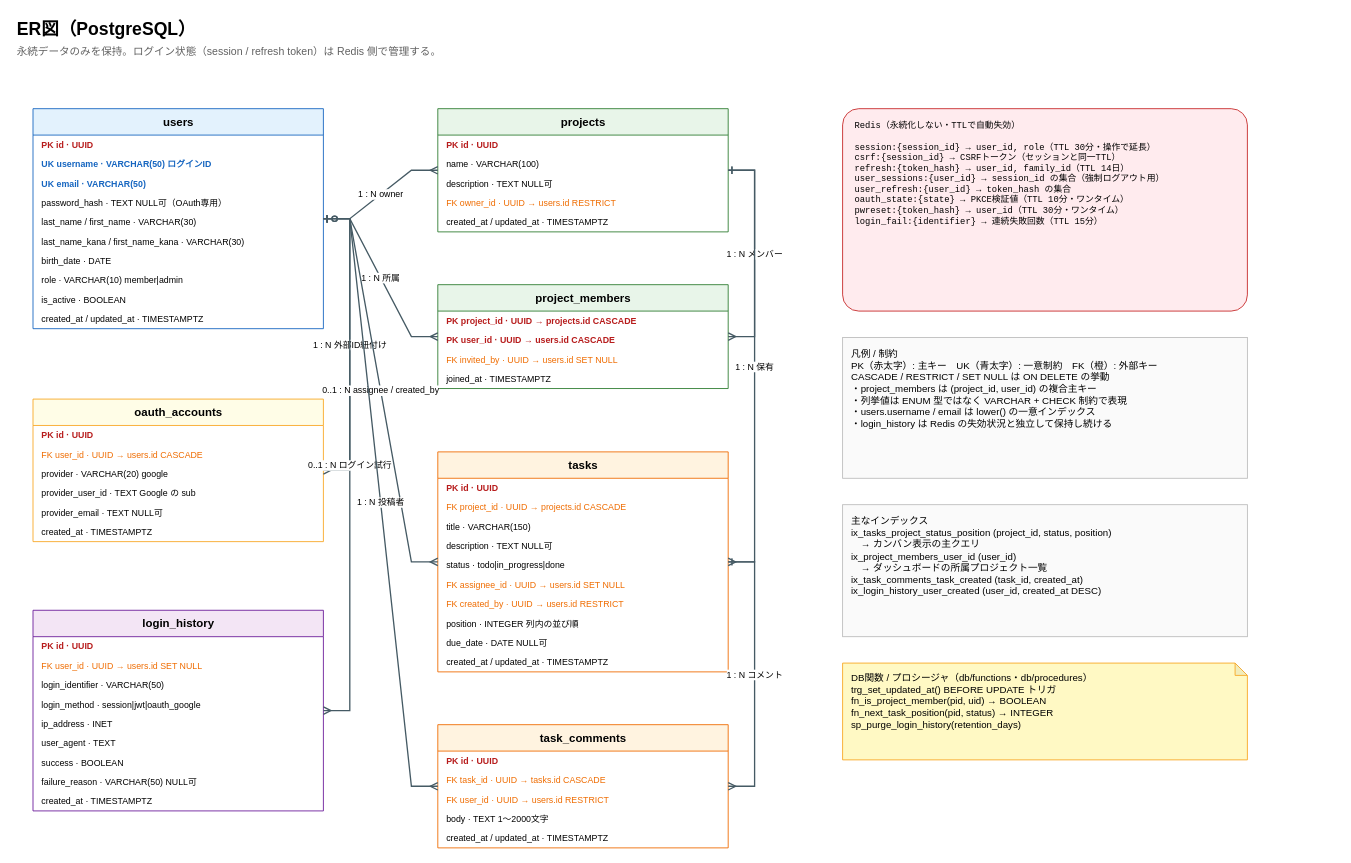
Above: basic_design/diagrams/03_er_diagram.drawio in oikawa-d/task_management (draw.io), before the change. Source tidied: cells renumbered, new cells numbered last; positions are measured from the earlier drawing's top-left corner, leaving out a move shared by most shapes. Both pictures are drawn from the tidied source at 88%, with x=0, y=0 at pixel (15, 15).
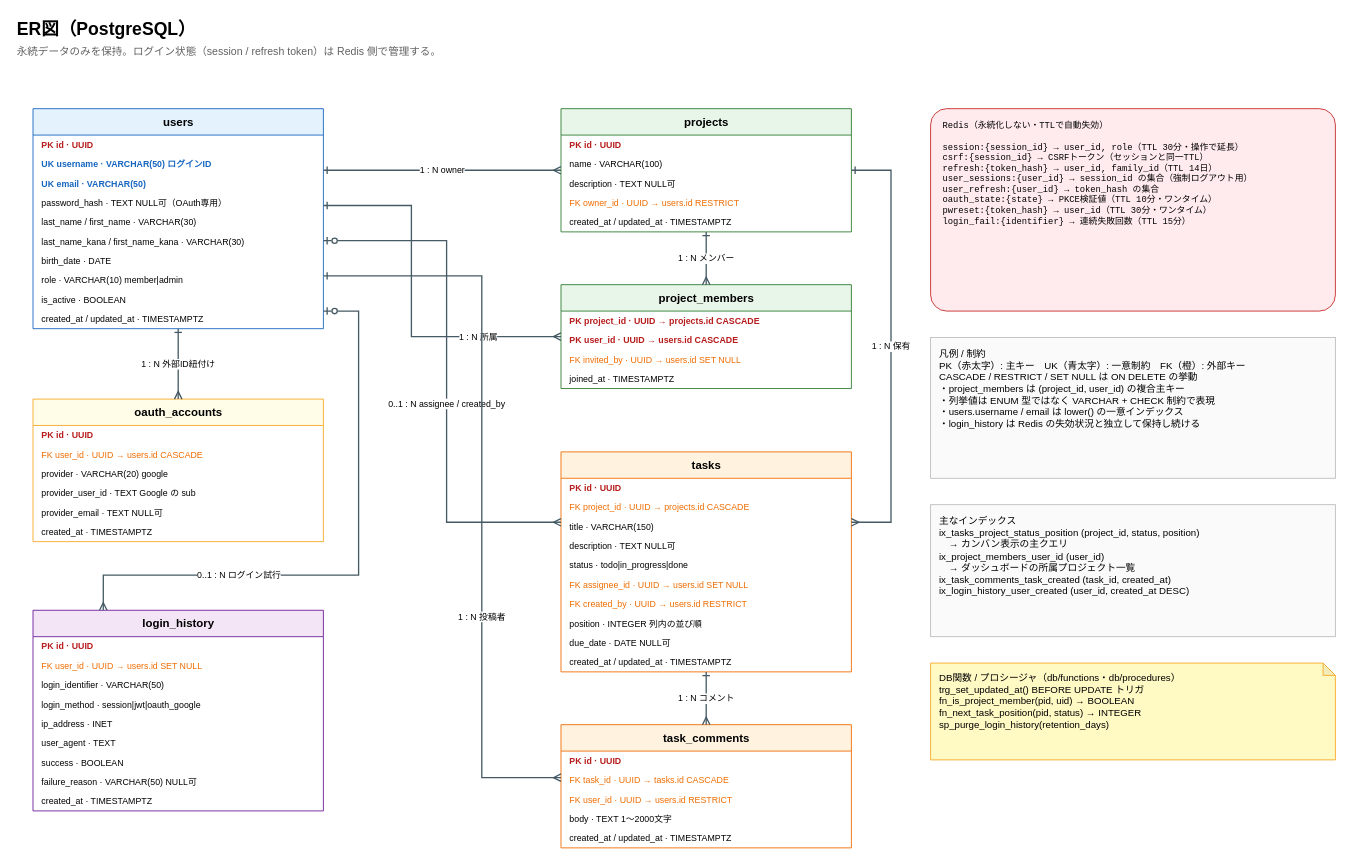
The same diagram, later.

Unchanged cells that the change refers to:
```xml
<mxCell id="4" value="users" style="swimlane;html=1;startSize=30;horizontal=1;fillColor=#E3F2FD;strokeColor=#1565C0;fontStyle=1;fontSize=13;swimlaneFillColor=#FFFFFF;" parent="1" vertex="1">
  <mxGeometry x="20" y="106" width="330" height="250" as="geometry" />
</mxCell>
<mxCell id="15" value="oauth_accounts" style="swimlane;html=1;startSize=30;horizontal=1;fillColor=#FFFDE7;strokeColor=#F9A825;fontStyle=1;fontSize=13;swimlaneFillColor=#FFFFFF;" parent="1" vertex="1">
  <mxGeometry x="20" y="436" width="330" height="162" as="geometry" />
</mxCell>
<mxCell id="22" value="login_history" style="swimlane;html=1;startSize=30;horizontal=1;fillColor=#F3E5F5;strokeColor=#6A1B9A;fontStyle=1;fontSize=13;swimlaneFillColor=#FFFFFF;" parent="1" vertex="1">
  <mxGeometry x="20" y="676" width="330" height="228" as="geometry" />
</mxCell>
```

Change to the diagram source:
```diff
@@
     <mxCell id="32" value="projects" style="swimlane;html=1;startSize=30;horizontal=1;fillColor=#E8F5E9;strokeColor=#2E7D32;fontStyle=1;fontSize=13;swimlaneFillColor=#FFFFFF;" parent="1" vertex="1">
-      <mxGeometry x="480" y="106" width="330" height="140" as="geometry" />
+      <mxGeometry x="620" y="106" width="330" height="140" as="geometry" />
     </mxCell>
@@
     <mxCell id="38" value="project_members" style="swimlane;html=1;startSize=30;horizontal=1;fillColor=#E8F5E9;strokeColor=#2E7D32;fontStyle=1;fontSize=13;swimlaneFillColor=#FFFFFF;" parent="1" vertex="1">
-      <mxGeometry x="480" y="306" width="330" height="118" as="geometry" />
+      <mxGeometry x="620" y="306" width="330" height="118" as="geometry" />
     </mxCell>
@@
     <mxCell id="43" value="tasks" style="swimlane;html=1;startSize=30;horizontal=1;fillColor=#FFF3E0;strokeColor=#EF6C00;fontStyle=1;fontSize=13;swimlaneFillColor=#FFFFFF;" parent="1" vertex="1">
-      <mxGeometry x="480" y="496" width="330" height="250" as="geometry" />
+      <mxGeometry x="620" y="496" width="330" height="250" as="geometry" />
     </mxCell>
@@
     <mxCell id="54" value="task_comments" style="swimlane;html=1;startSize=30;horizontal=1;fillColor=#FFF3E0;strokeColor=#EF6C00;fontStyle=1;fontSize=13;swimlaneFillColor=#FFFFFF;" parent="1" vertex="1">
-      <mxGeometry x="480" y="806" width="330" height="140" as="geometry" />
+      <mxGeometry x="620" y="806" width="330" height="140" as="geometry" />
     </mxCell>
@@
-    <mxCell id="60" value="1 : N  外部ID紐付け" style="edgeStyle=entityRelationEdgeStyle;html=1;rounded=0;strokeColor=#455A64;strokeWidth=1.5;fontSize=10;labelBackgroundColor=#FFFFFF;startArrow=ERone;startFill=0;endArrow=ERmany;endFill=0;" parent="1" edge="1" source="4" target="15">
-      <mxGeometry relative="1" as="geometry" />
+    <mxCell id="60" value="1 : N  外部ID紐付け" style="edgeStyle=orthogonalEdgeStyle;rounded=0;html=1;strokeColor=#455A64;strokeWidth=1.5;fontSize=10;labelBackgroundColor=#FFFFFF;startArrow=ERone;startFill=0;endArrow=ERmany;endFill=0;exitX=0.5;exitY=1;exitDx=0;exitDy=0;entryX=0.5;entryY=0;entryDx=0;entryDy=0;" parent="1" edge="1" source="4" target="15">
+      <mxGeometry relative="1" as="geometry">
+        <Array as="points">
+          <mxPoint x="185" y="396" />
+        </Array>
+      </mxGeometry>
     </mxCell>
-    <mxCell id="61" value="0..1 : N  ログイン試行" style="edgeStyle=entityRelationEdgeStyle;html=1;rounded=0;strokeColor=#455A64;strokeWidth=1.5;fontSize=10;labelBackgroundColor=#FFFFFF;startArrow=ERzeroToOne;startFill=0;endArrow=ERmany;endFill=0;" parent="1" edge="1" source="4" target="22">
-      <mxGeometry relative="1" as="geometry" />
+    <mxCell id="61" value="0..1 : N  ログイン試行" style="edgeStyle=orthogonalEdgeStyle;rounded=0;html=1;strokeColor=#455A64;strokeWidth=1.5;fontSize=10;labelBackgroundColor=#FFFFFF;startArrow=ERzeroToOne;startFill=0;endArrow=ERmany;endFill=0;exitX=1;exitY=0.92;exitDx=0;exitDy=0;entryX=0.242;entryY=0;entryDx=0;entryDy=0;" parent="1" edge="1" source="4" target="22">
+      <mxGeometry x="0.42" relative="1" as="geometry">
+        <Array as="points">
+          <mxPoint x="390" y="336" />
+          <mxPoint x="390" y="636" />
+          <mxPoint x="100" y="636" />
+        </Array>
+      </mxGeometry>
     </mxCell>
-    <mxCell id="62" value="1 : N  owner" style="edgeStyle=entityRelationEdgeStyle;html=1;rounded=0;strokeColor=#455A64;strokeWidth=1.5;fontSize=10;labelBackgroundColor=#FFFFFF;startArrow=ERone;startFill=0;endArrow=ERmany;endFill=0;" parent="1" edge="1" source="4" target="32">
-      <mxGeometry relative="1" as="geometry" />
+    <mxCell id="62" value="1 : N  owner" style="edgeStyle=orthogonalEdgeStyle;rounded=0;html=1;strokeColor=#455A64;strokeWidth=1.5;fontSize=10;labelBackgroundColor=#FFFFFF;startArrow=ERone;startFill=0;endArrow=ERmany;endFill=0;exitX=1;exitY=0.28;exitDx=0;exitDy=0;entryX=0;entryY=0.5;entryDx=0;entryDy=0;" parent="1" edge="1" source="4" target="32">
+      <mxGeometry relative="1" as="geometry">
+        <Array as="points">
+          <mxPoint x="485" y="176" />
+        </Array>
+      </mxGeometry>
     </mxCell>
-    <mxCell id="63" value="1 : N  所属" style="edgeStyle=entityRelationEdgeStyle;html=1;rounded=0;strokeColor=#455A64;strokeWidth=1.5;fontSize=10;labelBackgroundColor=#FFFFFF;startArrow=ERone;startFill=0;endArrow=ERmany;endFill=0;" parent="1" edge="1" source="4" target="38">
-      <mxGeometry relative="1" as="geometry" />
+    <mxCell id="63" value="1 : N  所属" style="edgeStyle=orthogonalEdgeStyle;rounded=0;html=1;strokeColor=#455A64;strokeWidth=1.5;fontSize=10;labelBackgroundColor=#FFFFFF;startArrow=ERone;startFill=0;endArrow=ERmany;endFill=0;exitX=1;exitY=0.44;exitDx=0;exitDy=0;entryX=0;entryY=0.5;entryDx=0;entryDy=0;" parent="1" edge="1" source="4" target="38">
+      <mxGeometry x="0.55" relative="1" as="geometry">
+        <Array as="points">
+          <mxPoint x="450" y="216" />
+          <mxPoint x="450" y="365" />
+        </Array>
+      </mxGeometry>
     </mxCell>
+    <mxCell id="66" value="0..1 : N  assignee / created_by" style="edgeStyle=orthogonalEdgeStyle;rounded=0;html=1;strokeColor=#455A64;strokeWidth=1.5;fontSize=10;labelBackgroundColor=#FFFFFF;startArrow=ERzeroToOne;startFill=0;endArrow=ERmany;endFill=0;exitX=1;exitY=0.6;exitDx=0;exitDy=0;entryX=0;entryY=0.32;entryDx=0;entryDy=0;" parent="1" edge="1" source="4" target="43">
+      <mxGeometry x="0.1" relative="1" as="geometry">
+        <Array as="points">
+          <mxPoint x="490" y="256" />
+          <mxPoint x="490" y="576" />
+        </Array>
+      </mxGeometry>
+    </mxCell>
+    <mxCell id="68" value="1 : N  投稿者" style="edgeStyle=orthogonalEdgeStyle;rounded=0;html=1;strokeColor=#455A64;strokeWidth=1.5;fontSize=10;labelBackgroundColor=#FFFFFF;startArrow=ERone;startFill=0;endArrow=ERmany;endFill=0;exitX=1;exitY=0.76;exitDx=0;exitDy=0;entryX=0;entryY=0.43;entryDx=0;entryDy=0;" parent="1" edge="1" source="4" target="54">
+      <mxGeometry x="0.35" relative="1" as="geometry">
+        <Array as="points">
+          <mxPoint x="530" y="296" />
+          <mxPoint x="530" y="866" />
+        </Array>
+      </mxGeometry>
+    </mxCell>
-    <mxCell id="64" value="1 : N  メンバー" style="edgeStyle=entityRelationEdgeStyle;html=1;rounded=0;strokeColor=#455A64;strokeWidth=1.5;fontSize=10;labelBackgroundColor=#FFFFFF;startArrow=ERone;startFill=0;endArrow=ERmany;endFill=0;" parent="1" edge="1" source="32" target="38">
-      <mxGeometry relative="1" as="geometry" />
+    <mxCell id="64" value="1 : N  メンバー" style="edgeStyle=orthogonalEdgeStyle;rounded=0;html=1;strokeColor=#455A64;strokeWidth=1.5;fontSize=10;labelBackgroundColor=#FFFFFF;startArrow=ERone;startFill=0;endArrow=ERmany;endFill=0;exitX=0.5;exitY=1;exitDx=0;exitDy=0;entryX=0.5;entryY=0;entryDx=0;entryDy=0;" parent="1" edge="1" source="32" target="38">
+      <mxGeometry relative="1" as="geometry">
+        <Array as="points">
+          <mxPoint x="785" y="276" />
+        </Array>
+      </mxGeometry>
     </mxCell>
-    <mxCell id="65" value="1 : N  保有" style="edgeStyle=entityRelationEdgeStyle;html=1;rounded=0;strokeColor=#455A64;strokeWidth=1.5;fontSize=10;labelBackgroundColor=#FFFFFF;startArrow=ERone;startFill=0;endArrow=ERmany;endFill=0;" parent="1" edge="1" source="32" target="43">
-      <mxGeometry relative="1" as="geometry" />
+    <mxCell id="65" value="1 : N  保有" style="edgeStyle=orthogonalEdgeStyle;rounded=0;html=1;strokeColor=#455A64;strokeWidth=1.5;fontSize=10;labelBackgroundColor=#FFFFFF;startArrow=ERone;startFill=0;endArrow=ERmany;endFill=0;exitX=1;exitY=0.5;exitDx=0;exitDy=0;entryX=1;entryY=0.32;entryDx=0;entryDy=0;" parent="1" edge="1" source="32" target="43">
+      <mxGeometry relative="1" as="geometry">
+        <Array as="points">
+          <mxPoint x="995" y="176" />
+          <mxPoint x="995" y="576" />
+        </Array>
+      </mxGeometry>
     </mxCell>
-    <mxCell id="66" value="0..1 : N  assignee / created_by" style="edgeStyle=entityRelationEdgeStyle;html=1;rounded=0;strokeColor=#455A64;strokeWidth=1.5;fontSize=10;labelBackgroundColor=#FFFFFF;startArrow=ERzeroToOne;startFill=0;endArrow=ERmany;endFill=0;" parent="1" edge="1" source="4" target="43">
-      <mxGeometry relative="1" as="geometry" />
-    </mxCell>
-    <mxCell id="67" value="1 : N  コメント" style="edgeStyle=entityRelationEdgeStyle;html=1;rounded=0;strokeColor=#455A64;strokeWidth=1.5;fontSize=10;labelBackgroundColor=#FFFFFF;startArrow=ERone;startFill=0;endArrow=ERmany;endFill=0;" parent="1" edge="1" source="43" target="54">
-      <mxGeometry relative="1" as="geometry" />
+    <mxCell id="67" value="1 : N  コメント" style="edgeStyle=orthogonalEdgeStyle;rounded=0;html=1;strokeColor=#455A64;strokeWidth=1.5;fontSize=10;labelBackgroundColor=#FFFFFF;startArrow=ERone;startFill=0;endArrow=ERmany;endFill=0;exitX=0.5;exitY=1;exitDx=0;exitDy=0;entryX=0.5;entryY=0;entryDx=0;entryDy=0;" parent="1" edge="1" source="43" target="54">
+      <mxGeometry relative="1" as="geometry">
+        <Array as="points">
+          <mxPoint x="785" y="776" />
+        </Array>
+      </mxGeometry>
     </mxCell>
-    <mxCell id="68" value="1 : N  投稿者" style="edgeStyle=entityRelationEdgeStyle;html=1;rounded=0;strokeColor=#455A64;strokeWidth=1.5;fontSize=10;labelBackgroundColor=#FFFFFF;startArrow=ERone;startFill=0;endArrow=ERmany;endFill=0;" parent="1" edge="1" source="4" target="54">
-      <mxGeometry relative="1" as="geometry" />
-    </mxCell>
     <mxCell id="69" value="Redis（永続化しない・TTLで自動失効）&lt;br&gt;&lt;br&gt;session:{session_id}        → user_id, role（TTL 30分・操作で延長）&lt;br&gt;csrf:{session_id}           → CSRFトークン（セッションと同一TTL）&lt;br&gt;refresh:{token_hash}        → user_id, family_id（TTL 14日）&lt;br&gt;user_sessions:{user_id}     → session_id の集合（強制ログアウト用）&lt;br&gt;user_refresh:{user_id}      → token_hash の集合&lt;br&gt;oauth_state:{state}         → PKCE検証値（TTL 10分・ワンタイム）&lt;br&gt;pwreset:{token_hash}        → user_id（TTL 30分・ワンタイム）&lt;br&gt;login_fail:{identifier}     → 連続失敗回数（TTL 15分）" style="rounded=1;arcSize=8;whiteSpace=wrap;html=1;fillColor=#FFEBEE;strokeColor=#C62828;align=center;verticalAlign=middle;fontFamily=Helvetica;fontSize=12;align=left;verticalAlign=top;spacingLeft=12;spacingTop=8;fontSize=10;fontFamily=Courier New;" parent="1" vertex="1">
-      <mxGeometry x="940" y="106" width="460" height="230" as="geometry" />
+      <mxGeometry x="1040" y="106" width="460" height="230" as="geometry" />
     </mxCell>
     <mxCell id="70" value="凡例 / 制約&lt;br&gt;PK（赤太字）: 主キー　UK（青太字）: 一意制約　FK（橙）: 外部キー&lt;br&gt;CASCADE / RESTRICT / SET NULL は ON DELETE の挙動&lt;br&gt;・project_members は (project_id, user_id) の複合主キー&lt;br&gt;・列挙値は ENUM 型ではなく VARCHAR + CHECK 制約で表現&lt;br&gt;・users.username / email は lower() の一意インデックス&lt;br&gt;・login_history は Redis の失効状況と独立して保持し続ける" style="rounded=0;whiteSpace=wrap;html=1;fillColor=#FAFAFA;strokeColor=#BDBDBD;align=left;verticalAlign=top;spacingLeft=8;spacingTop=6;fontSize=11;" parent="1" vertex="1">
-      <mxGeometry x="940" y="366" width="460" height="160" as="geometry" />
+      <mxGeometry x="1040" y="366" width="460" height="160" as="geometry" />
     </mxCell>
     <mxCell id="71" value="主なインデックス&lt;br&gt;ix_tasks_project_status_position (project_id, status, position)&lt;br&gt;　→ カンバン表示の主クエリ&lt;br&gt;ix_project_members_user_id (user_id)&lt;br&gt;　→ ダッシュボードの所属プロジェクト一覧&lt;br&gt;ix_task_comments_task_created (task_id, created_at)&lt;br&gt;ix_login_history_user_created (user_id, created_at DESC)" style="rounded=0;whiteSpace=wrap;html=1;fillColor=#FAFAFA;strokeColor=#BDBDBD;align=left;verticalAlign=top;spacingLeft=8;spacingTop=6;fontSize=11;" parent="1" vertex="1">
-      <mxGeometry x="940" y="556" width="460" height="150" as="geometry" />
+      <mxGeometry x="1040" y="556" width="460" height="150" as="geometry" />
     </mxCell>
     <mxCell id="72" value="DB関数 / プロシージャ（db/functions・db/procedures）&lt;br&gt;trg_set_updated_at()        BEFORE UPDATE トリガ&lt;br&gt;fn_is_project_member(pid, uid) → BOOLEAN&lt;br&gt;fn_next_task_position(pid, status) → INTEGER&lt;br&gt;sp_purge_login_history(retention_days)" style="shape=note;whiteSpace=wrap;html=1;backgroundOutline=1;darkOpacity=0.05;fillColor=#FFF9C4;strokeColor=#F9A825;align=left;verticalAlign=top;spacingLeft=8;spacingTop=4;size=14;fontSize=11;" parent="1" vertex="1">
-      <mxGeometry x="940" y="736" width="460" height="110" as="geometry" />
+      <mxGeometry x="1040" y="736" width="460" height="110" as="geometry" />
     </mxCell>
```
